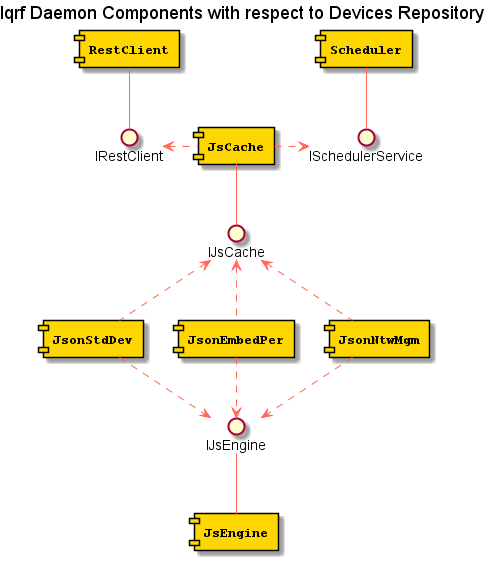
Above: Documents/02-Design/sw-design-resources/ComponentDiagramWrtRepo.png in iqrf/iqrf-gateway-daemon (PlantUML), before the change.
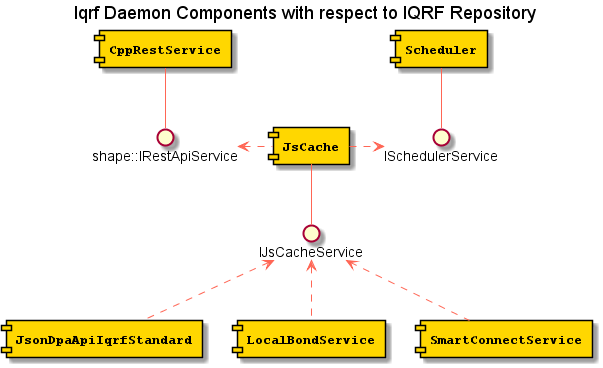
After the change.

What changed in the source:
```diff
@@ -1,5 +1,5 @@
 @startuml
-title Iqrf Daemon Components with respect to Devices Repository
+title Iqrf Daemon Components with respect to IQRF Repository
 
 skinparam component {
   FontSize 13
@@ -25,34 +25,28 @@
 }
 
 
-component [JsonStdDev] as C35
-component [JsonEmbedPer] as C34
-component [JsonNtwMgm] as C36
-component [JsEngine] as C40
-component [RestClient] as C50
+component [JsonDpaApiIqrfStandard] as C35
+component [LocalBondService] as C34
+component [SmartConnectService] as C36
+component [CppRestService] as C50
 component [JsCache] as C41
 component [Scheduler] as C60
 
 
-C40 -u- I40
 C41 -d- I41
 C50 -d- I50
 
 C34 .u.> I41
 C35 .u.> I41
 C36 .u.> I41
-C34 .d.> I40
-C35 .d.> I40
-C36 .d.> I40
 
 
 C41 .l.> I50
 C41 .r.> I60
 C60 -- I60
 
-interface "IJsEngine" as I40
-interface "IJsCache" as I41
-interface "IRestClient" as I50
+interface "IJsCacheService" as I41
+interface "shape::IRestApiService" as I50
 interface "ISchedulerService" as I60
 
 @enduml
```
